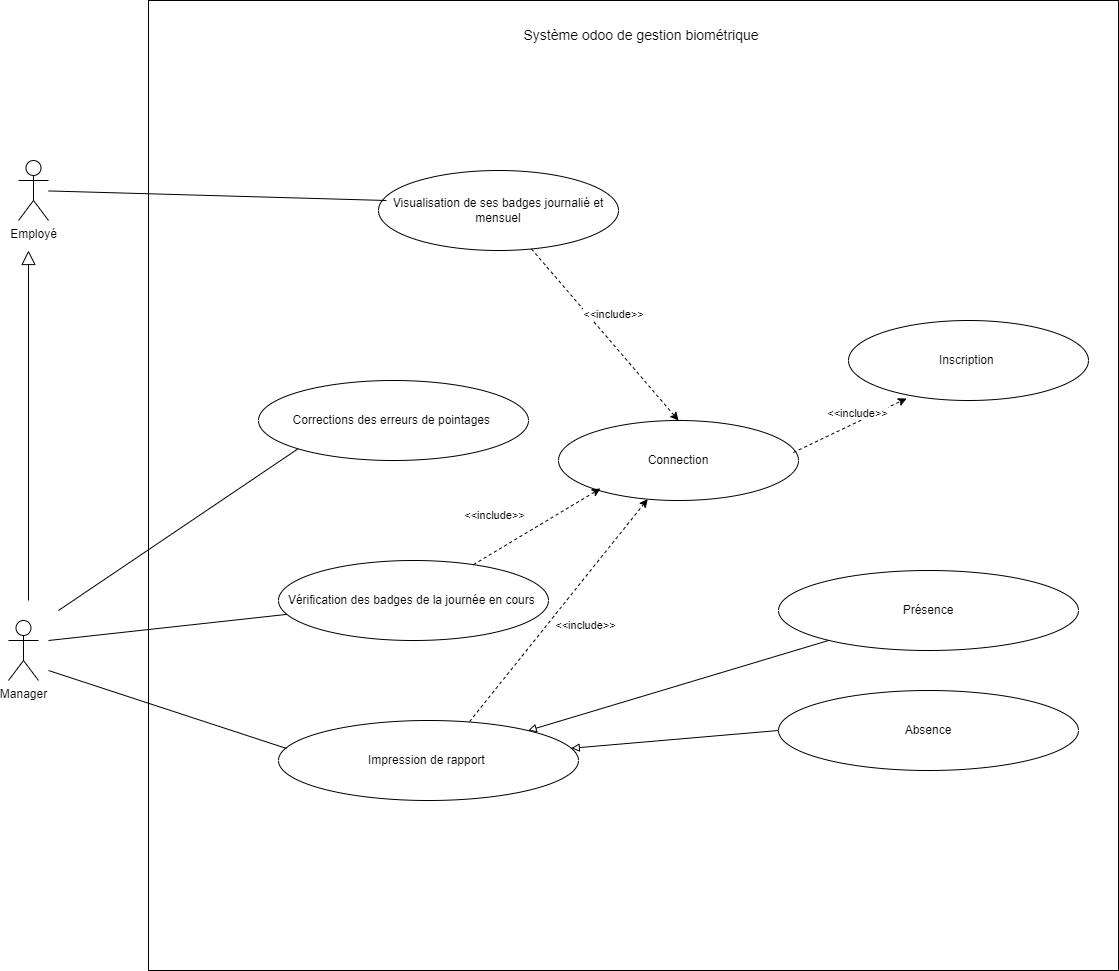
The draw.io diagram static/Diagramme de cas d'utilisation.drawio.png in Siluearsene/borne_biometrique, before a commit. Source tidied: cells renumbered, new cells last; positions are measured from the earlier drawing's top-left corner, leaving out a move shared by most shapes.
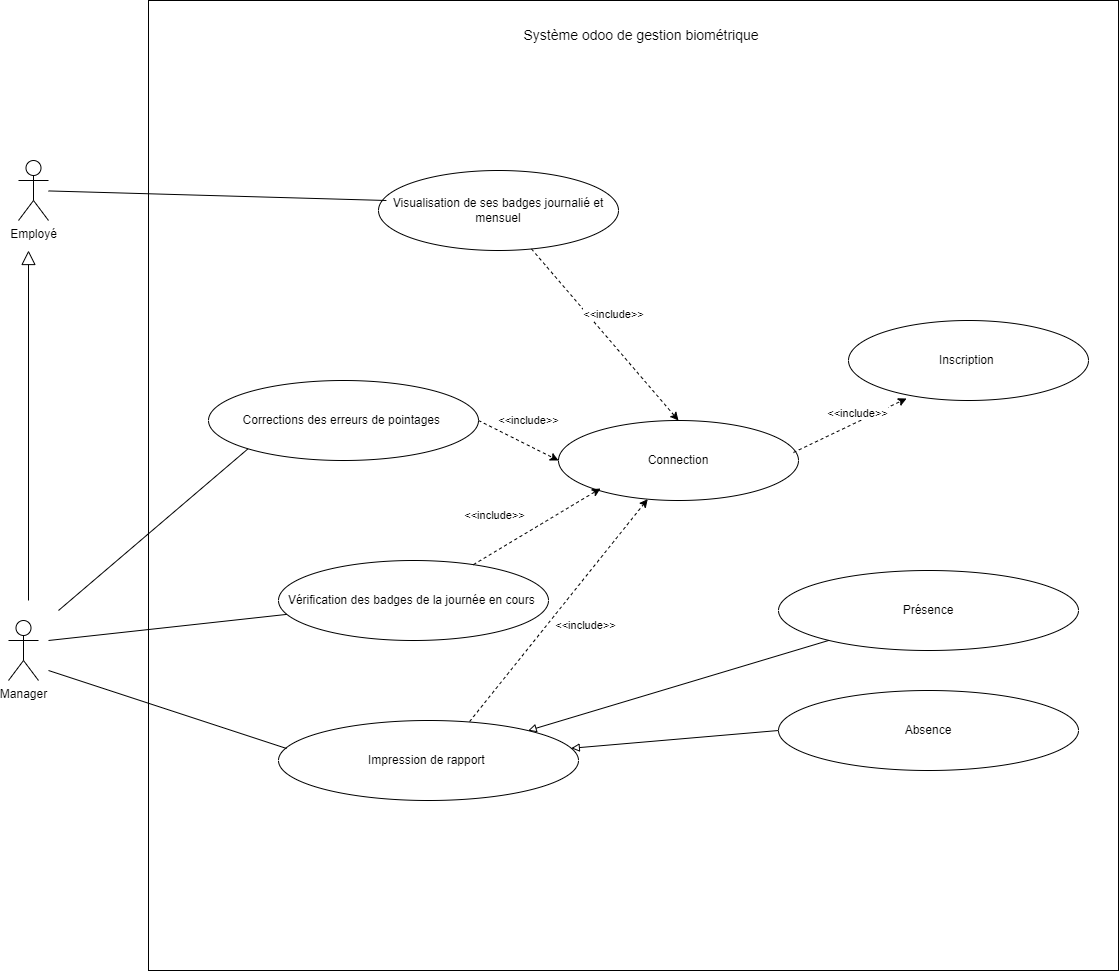
Above is the later version.

Commit message:
Mettre à jour Diagramme de cas d'utilisation.drawio.png

Change to the diagram source:
```diff
@@ -93,12 +93,20 @@
       </mxGeometry>
     </mxCell>
     <mxCell id="27" value="Corrections des erreurs de pointages&amp;nbsp;" style="ellipse;whiteSpace=wrap;html=1;" parent="1" vertex="1">
-      <mxGeometry x="250" y="380" width="270" height="80" as="geometry" />
+      <mxGeometry x="200" y="380" width="270" height="80" as="geometry" />
     </mxCell>
     <mxCell id="28" style="endArrow=none;html=1;rounded=0;entryX=0;entryY=1;entryDx=0;entryDy=0;" parent="1" edge="1" target="27">
       <mxGeometry relative="1" as="geometry">
         <mxPoint x="50" y="610" as="sourcePoint" />
       </mxGeometry>
     </mxCell>
+    <mxCell id="29" style="endArrow=classic;html=1;rounded=0;dashed=1;exitX=1;exitY=0.5;exitDx=0;exitDy=0;entryX=0;entryY=0.5;entryDx=0;entryDy=0;" parent="1" edge="1" source="27" target="8">
+      <mxGeometry relative="1" as="geometry" />
+    </mxCell>
+    <mxCell id="30" value="&lt;font style=&quot;font-size: 11px;&quot;&gt;&amp;lt;&amp;lt;include&amp;gt;&lt;/font&gt;&amp;gt;" style="edgeLabel;html=1;align=center;verticalAlign=middle;" parent="29" vertex="1">
+      <mxGeometry x="-0.08" y="2" relative="1" as="geometry">
+        <mxPoint x="12" y="-17" as="offset" />
+      </mxGeometry>
+    </mxCell>
   </root>
 </mxGraphModel>
```
